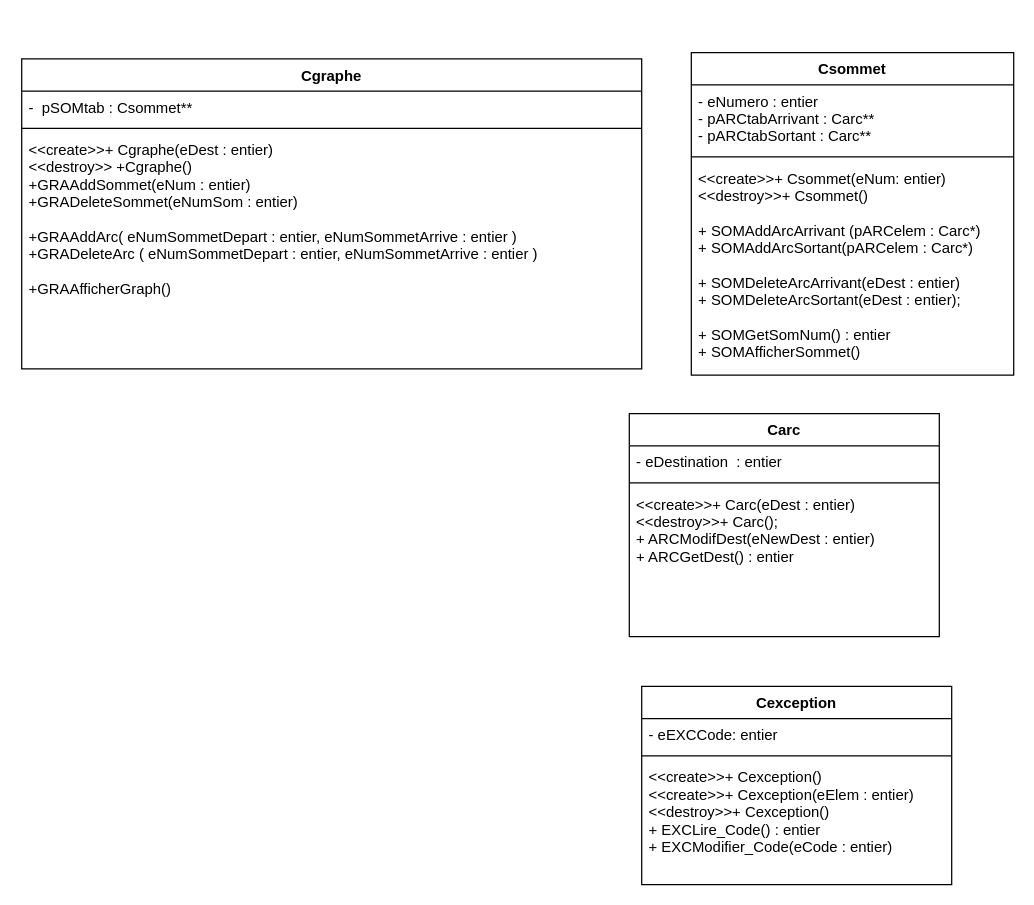
This is ClassDiagram.drawio from Banalian/ProjetTutCppGraphs, a draw.io file, before an edit. Source tidied: cells renumbered, new cells numbered last; positions are measured from the earlier drawing's top-left corner, leaving out a move shared by most shapes. Both pictures are drawn from the tidied source at 124%, with x=0, y=0 at pixel (21, 52).
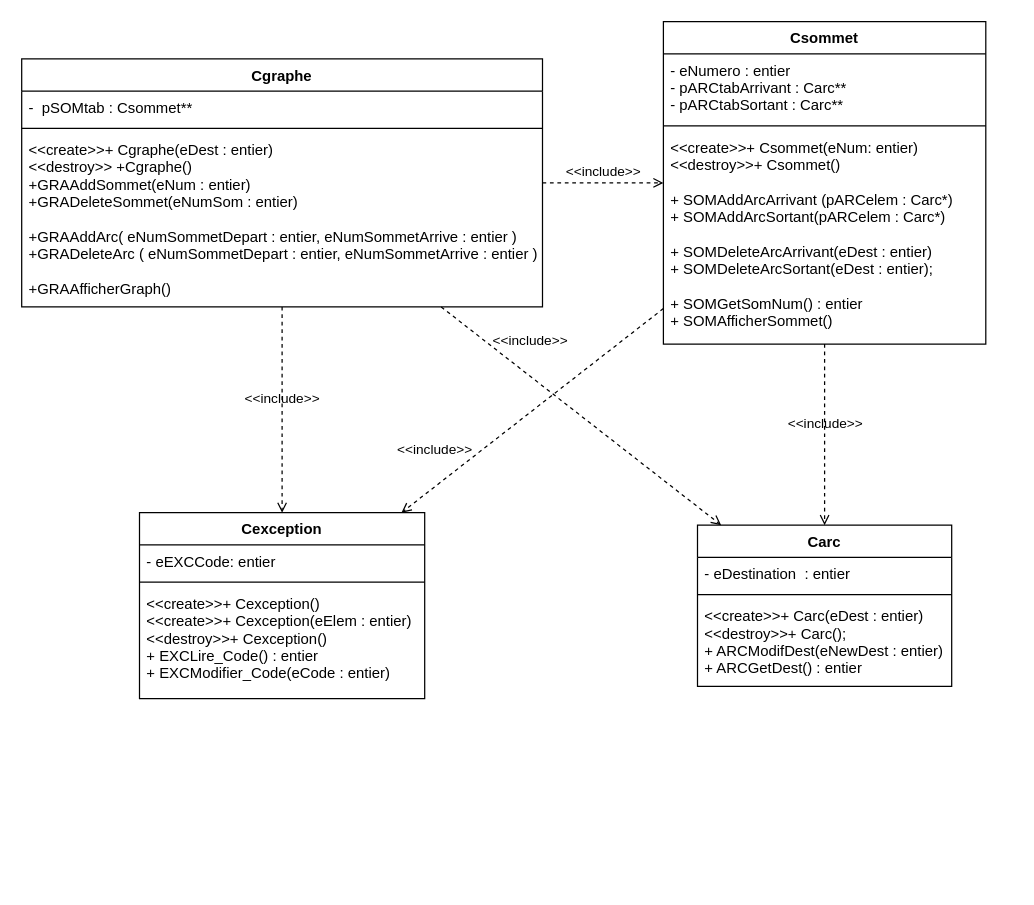
Above is the later version.

Diff of the diagram source:
```diff
@@
     <mxCell id="2" value="Cgraphe" style="swimlane;fontStyle=1;align=center;verticalAlign=top;horizontal=1;startSize=26;" parent="1" vertex="1">
-      <mxGeometry y="5" width="500" height="250" as="geometry" />
+      <mxGeometry y="5" width="420" height="200" as="geometry" />
     </mxCell>
     <mxCell id="3" value="-  pSOMtab : Csommet**" style="text;strokeColor=none;fillColor=none;align=left;verticalAlign=top;spacingLeft=4;spacingRight=4;overflow=hidden;" parent="2" vertex="1">
-      <mxGeometry y="26" width="500" height="26" as="geometry" />
+      <mxGeometry y="26" width="420" height="26" as="geometry" />
     </mxCell>
     <mxCell id="4" style="line;strokeWidth=1;fillColor=none;align=left;verticalAlign=middle;spacingTop=-1;spacingLeft=3;spacingRight=3;labelPosition=right;" parent="2" vertex="1">
-      <mxGeometry y="52" width="500" height="8" as="geometry" />
+      <mxGeometry y="52" width="420" height="8" as="geometry" />
     </mxCell>
     <mxCell id="5" value="&lt;&lt;create&gt;&gt;+ Cgraphe(eDest : entier)&#10;&lt;&lt;destroy&gt;&gt; +Cgraphe()&#10;+GRAAddSommet(eNum : entier)&#10;+GRADeleteSommet(eNumSom : entier)&#10;&#10;+GRAAddArc( eNumSommetDepart : entier, eNumSommetArrive : entier )&#10;+GRADeleteArc ( eNumSommetDepart : entier, eNumSommetArrive : entier )&#10;&#10;+GRAAfficherGraph()" style="text;strokeColor=none;fillColor=none;align=left;verticalAlign=top;spacingLeft=4;spacingRight=4;overflow=hidden;" parent="2" vertex="1">
-      <mxGeometry y="60" width="500" height="190" as="geometry" />
+      <mxGeometry y="60" width="420" height="140" as="geometry" />
     </mxCell>
     <mxCell id="6" value="Csommet" style="swimlane;fontStyle=1;align=center;verticalAlign=top;horizontal=1;startSize=26;" parent="1" vertex="1">
-      <mxGeometry x="540" width="260" height="260" as="geometry" />
+      <mxGeometry x="517.5" y="-25" width="260" height="260" as="geometry" />
     </mxCell>
@@
     <mxCell id="10" value="Carc" style="swimlane;fontStyle=1;align=center;verticalAlign=top;horizontal=1;startSize=26;" parent="1" vertex="1">
-      <mxGeometry x="490" y="291" width="250" height="180" as="geometry" />
+      <mxGeometry x="545" y="381" width="205" height="130" as="geometry" />
     </mxCell>
     <mxCell id="11" value="- eDestination  : entier" style="text;strokeColor=none;fillColor=none;align=left;verticalAlign=top;spacingLeft=4;spacingRight=4;overflow=hidden;" parent="10" vertex="1">
-      <mxGeometry y="26" width="250" height="26" as="geometry" />
+      <mxGeometry y="26" width="205" height="26" as="geometry" />
     </mxCell>
     <mxCell id="12" style="line;strokeWidth=1;fillColor=none;align=left;verticalAlign=middle;spacingTop=-1;spacingLeft=3;spacingRight=3;labelPosition=right;" parent="10" vertex="1">
-      <mxGeometry y="52" width="250" height="8" as="geometry" />
+      <mxGeometry y="52" width="205" height="8" as="geometry" />
     </mxCell>
     <mxCell id="13" value="&lt;&lt;create&gt;&gt;+ Carc(eDest : entier)&#10;&lt;&lt;destroy&gt;&gt;+ Carc();&#10;+ ARCModifDest(eNewDest : entier)&#10;+ ARCGetDest() : entier" style="text;strokeColor=none;fillColor=none;align=left;verticalAlign=top;spacingLeft=4;spacingRight=4;overflow=hidden;" parent="10" vertex="1">
-      <mxGeometry y="60" width="250" height="120" as="geometry" />
+      <mxGeometry y="60" width="205" height="70" as="geometry" />
     </mxCell>
     <mxCell id="14" value="Cexception" style="swimlane;fontStyle=1;align=center;verticalAlign=top;horizontal=1;startSize=26;" parent="1" vertex="1">
-      <mxGeometry x="500" y="511" width="250" height="160" as="geometry" />
+      <mxGeometry x="95" y="371" width="230" height="150" as="geometry" />
     </mxCell>
     <mxCell id="15" value="- eEXCCode: entier" style="text;strokeColor=none;fillColor=none;align=left;verticalAlign=top;spacingLeft=4;spacingRight=4;overflow=hidden;" parent="14" vertex="1">
-      <mxGeometry y="26" width="250" height="26" as="geometry" />
+      <mxGeometry y="26" width="230" height="26" as="geometry" />
     </mxCell>
     <mxCell id="16" style="line;strokeWidth=1;fillColor=none;align=left;verticalAlign=middle;spacingTop=-1;spacingLeft=3;spacingRight=3;labelPosition=right;" parent="14" vertex="1">
-      <mxGeometry y="52" width="250" height="8" as="geometry" />
+      <mxGeometry y="52" width="230" height="8" as="geometry" />
     </mxCell>
     <mxCell id="17" value="&lt;&lt;create&gt;&gt;+ Cexception()&#10;&lt;&lt;create&gt;&gt;+ Cexception(eElem : entier)&#10;&lt;&lt;destroy&gt;&gt;+ Cexception()&#10;+ EXCLire_Code() : entier&#10;+ EXCModifier_Code(eCode : entier)" style="text;strokeColor=none;fillColor=none;align=left;verticalAlign=top;spacingLeft=4;spacingRight=4;overflow=hidden;" parent="14" vertex="1">
-      <mxGeometry y="60" width="250" height="100" as="geometry" />
+      <mxGeometry y="60" width="230" height="90" as="geometry" />
     </mxCell>
+    <mxCell id="18" value="&amp;lt;&amp;lt;include&amp;gt;&amp;gt;" style="html=1;verticalAlign=bottom;labelBackgroundColor=none;endArrow=open;endFill=0;dashed=1;" parent="1" edge="1" source="6" target="14">
+      <mxGeometry x="0.65" y="-17" relative="1" as="geometry" />
+    </mxCell>
+    <mxCell id="19" value="&amp;lt;&amp;lt;include&amp;gt;&amp;gt;" style="html=1;verticalAlign=bottom;labelBackgroundColor=none;endArrow=open;endFill=0;dashed=1;" parent="1" edge="1" source="2" target="14">
+      <mxGeometry relative="1" as="geometry" />
+    </mxCell>
+    <mxCell id="20" value="&amp;lt;&amp;lt;include&amp;gt;&amp;gt;" style="html=1;verticalAlign=bottom;labelBackgroundColor=none;endArrow=open;endFill=0;dashed=1;" parent="1" edge="1" source="2" target="6">
+      <mxGeometry relative="1" as="geometry" />
+    </mxCell>
+    <mxCell id="21" value="&amp;lt;&amp;lt;include&amp;gt;&amp;gt;" style="html=1;verticalAlign=bottom;labelBackgroundColor=none;endArrow=open;endFill=0;dashed=1;" parent="1" edge="1" source="2" target="10">
+      <mxGeometry x="-0.45" y="16" relative="1" as="geometry" />
+    </mxCell>
+    <mxCell id="22" value="&amp;lt;&amp;lt;include&amp;gt;&amp;gt;" style="html=1;verticalAlign=bottom;labelBackgroundColor=none;endArrow=open;endFill=0;dashed=1;" parent="1" edge="1" source="6" target="10">
+      <mxGeometry relative="1" as="geometry" />
+    </mxCell>
```
